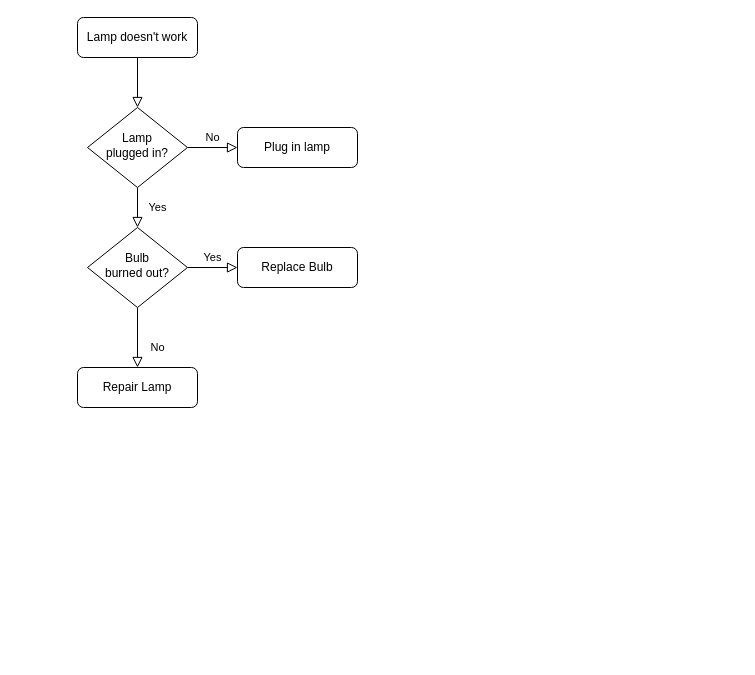
Earlier version of the draw.io diagram diagrams/未命名绘图.drawio (cwdao/draw_io_diagrams). Source tidied: cells renumbered, new cells numbered last; positions are measured from the earlier drawing's top-left corner, leaving out a move shared by most shapes. Both pictures are drawn from the tidied source at 100%, with x=0, y=0 at pixel (77, 17).
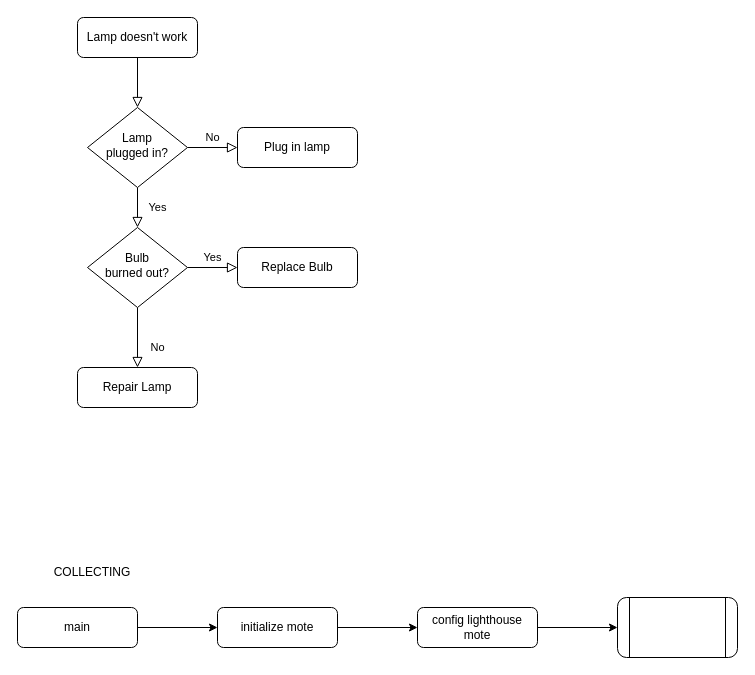
Above is the later version.

The edit, as a diff of the source:
```diff
@@
+    <mxCell id="13" style="edgeStyle=orthogonalEdgeStyle;rounded=0;jettySize=auto;html=1;" parent="1" edge="1" source="14" target="16">
+      <mxGeometry relative="1" as="geometry" />
+    </mxCell>
+    <mxCell id="14" value="main" style="rounded=1;whiteSpace=wrap;html=1;fontSize=12;glass=0;strokeWidth=1;shadow=0;" parent="1" vertex="1">
+      <mxGeometry x="-60" y="590" width="120" height="40" as="geometry" />
+    </mxCell>
+    <mxCell id="15" style="edgeStyle=orthogonalEdgeStyle;rounded=0;jettySize=auto;html=1;" parent="1" edge="1" source="16" target="18">
+      <mxGeometry relative="1" as="geometry" />
+    </mxCell>
+    <mxCell id="16" value="initialize mote" style="rounded=1;whiteSpace=wrap;html=1;fontSize=12;glass=0;strokeWidth=1;shadow=0;" parent="1" vertex="1">
+      <mxGeometry x="140" y="590" width="120" height="40" as="geometry" />
+    </mxCell>
+    <mxCell id="17" style="edgeStyle=orthogonalEdgeStyle;rounded=0;jettySize=auto;html=1;" parent="1" edge="1" source="18" target="20">
+      <mxGeometry relative="1" as="geometry" />
+    </mxCell>
+    <mxCell id="18" value="config lighthouse mote" style="rounded=1;whiteSpace=wrap;html=1;fontSize=12;glass=0;strokeWidth=1;shadow=0;" parent="1" vertex="1">
+      <mxGeometry x="340" y="590" width="120" height="40" as="geometry" />
+    </mxCell>
+    <mxCell id="19" value="COLLECTING" style="text;html=1;align=center;verticalAlign=middle;whiteSpace=wrap;rounded=0;" parent="1" vertex="1">
+      <mxGeometry x="-60" y="540" width="150" height="30" as="geometry" />
+    </mxCell>
+    <mxCell id="20" style="shape=process;whiteSpace=wrap;html=1;backgroundOutline=1;rounded=1;glass=0;strokeWidth=1;shadow=0;" parent="1" vertex="1">
+      <mxGeometry x="540" y="580" width="120" height="60" as="geometry" />
+    </mxCell>
```
